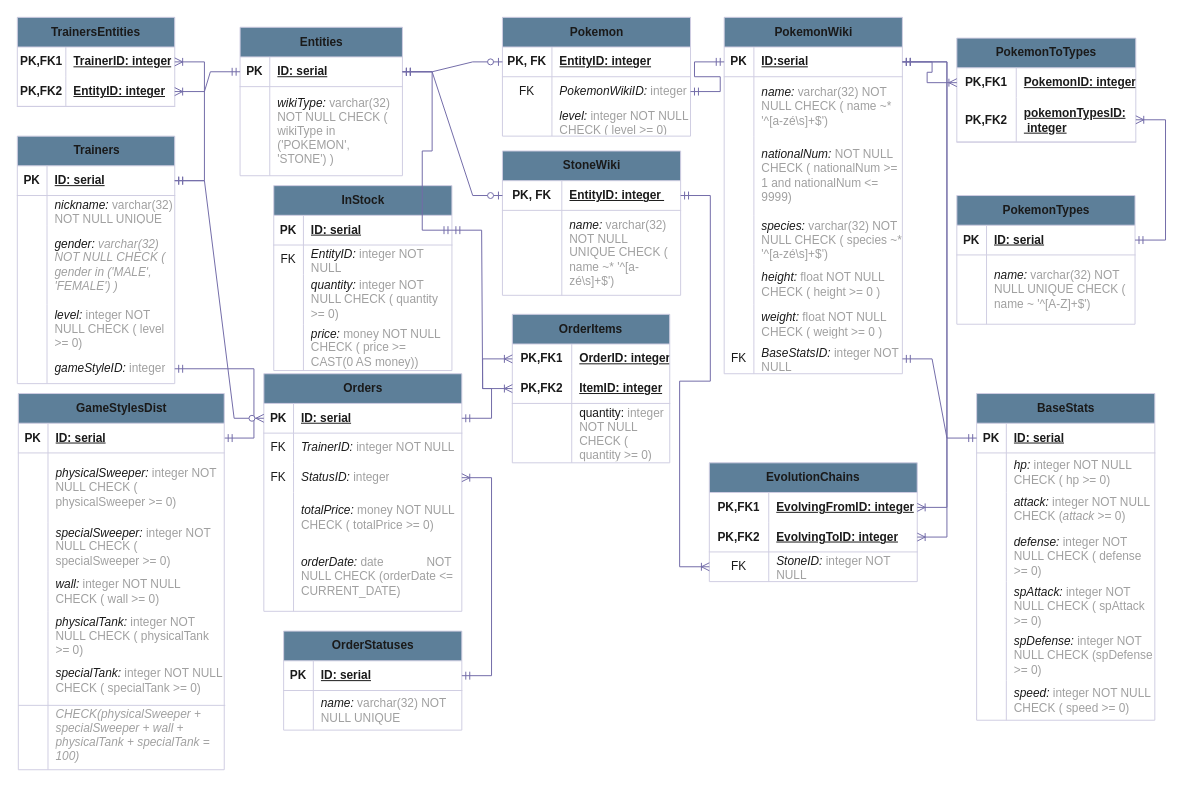
Before: coursework/stage2/datalogical-model.drawio in AaLexUser/information-systems-and-databases, a draw.io diagram. Source tidied: cells renumbered, new cells numbered last; positions are measured from the earlier drawing's top-left corner, leaving out a move shared by most shapes. Both pictures are drawn from the tidied source at 99%, with x=0, y=0 at pixel (17, 17).
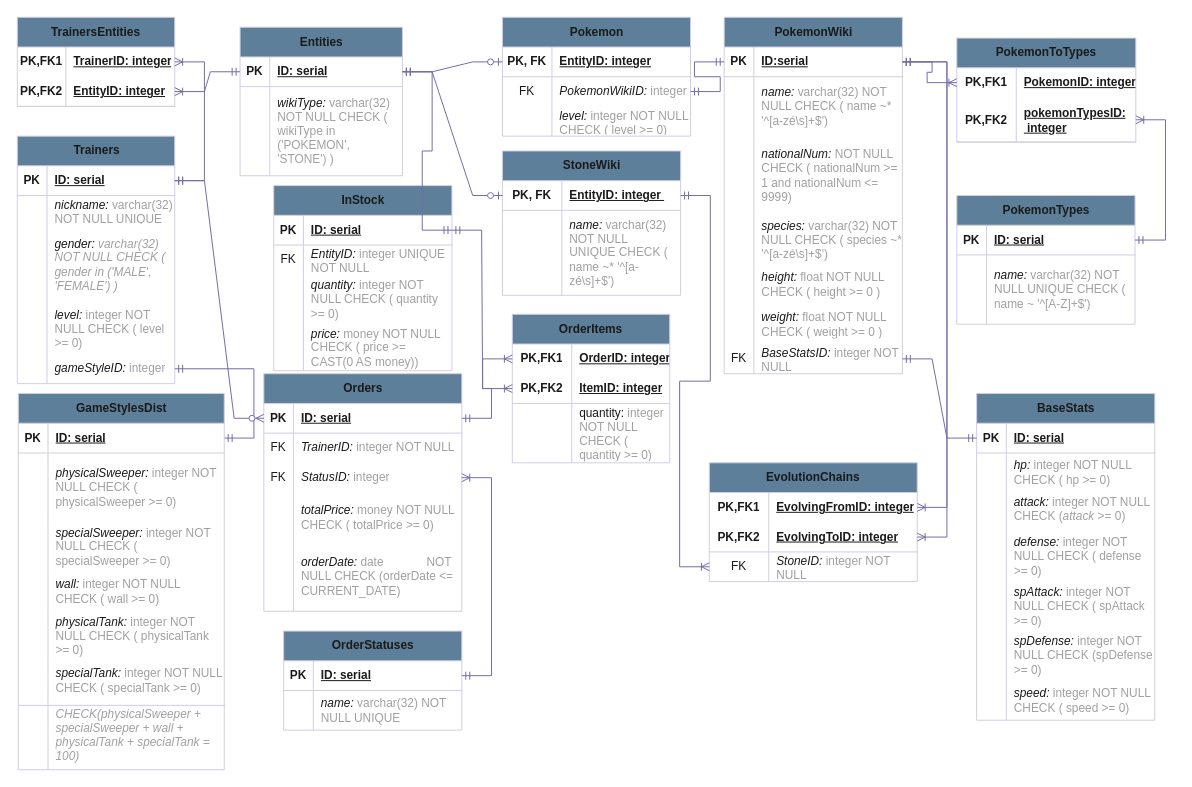
The same page after the edit.

Unchanged cells that the change refers to:
```xml
<mxCell id="105" style="shape=tableRow;horizontal=0;startSize=0;swimlaneHead=0;swimlaneBody=0;fillColor=none;top=0;left=0;right=0;bottom=0;labelBackgroundColor=none;strokeColor=#D0CEE2;fontColor=#1A1A1A;" parent="101" vertex="1">
  <mxGeometry y="60" width="180" height="30" as="geometry" />
</mxCell>
```

The edit, as a diff of the source:
```diff
@@
     <mxCell id="101" value="InStock" style="shape=table;startSize=30;childLayout=tableLayout;rowLines=0;fontStyle=1;align=center;html=1;labelBackgroundColor=none;fillColor=#5D7F99;strokeColor=#D0CEE2;fontColor=#1A1A1A;" parent="1" vertex="1">
-      <mxGeometry x="259" y="170" width="180" height="186.8" as="geometry" />
+      <mxGeometry x="259" y="170" width="180" height="187" as="geometry" />
     </mxCell>
@@
-    <mxCell id="107" value="&lt;i&gt;EntityID:&lt;/i&gt;&amp;nbsp;&lt;font color=&quot;#a0a0a0&quot;&gt;integer NOT NULL&lt;/font&gt;" style="shape=partialRectangle;fillColor=none;top=0;left=0;bottom=0;right=0;align=left;spacingLeft=6;overflow=hidden;whiteSpace=wrap;html=1;labelBackgroundColor=none;strokeColor=#D0CEE2;fontColor=#1A1A1A;" parent="105" vertex="1">
+    <mxCell id="107" value="&lt;i&gt;EntityID:&lt;/i&gt;&amp;nbsp;&lt;font color=&quot;#a0a0a0&quot;&gt;integer UNIQUE NOT NULL&lt;/font&gt;" style="shape=partialRectangle;fillColor=none;top=0;left=0;bottom=0;right=0;align=left;spacingLeft=6;overflow=hidden;whiteSpace=wrap;html=1;labelBackgroundColor=none;strokeColor=#D0CEE2;fontColor=#1A1A1A;" parent="105" vertex="1">
       <mxGeometry x="30" width="150" height="30" as="geometry" />
     </mxCell>
```
